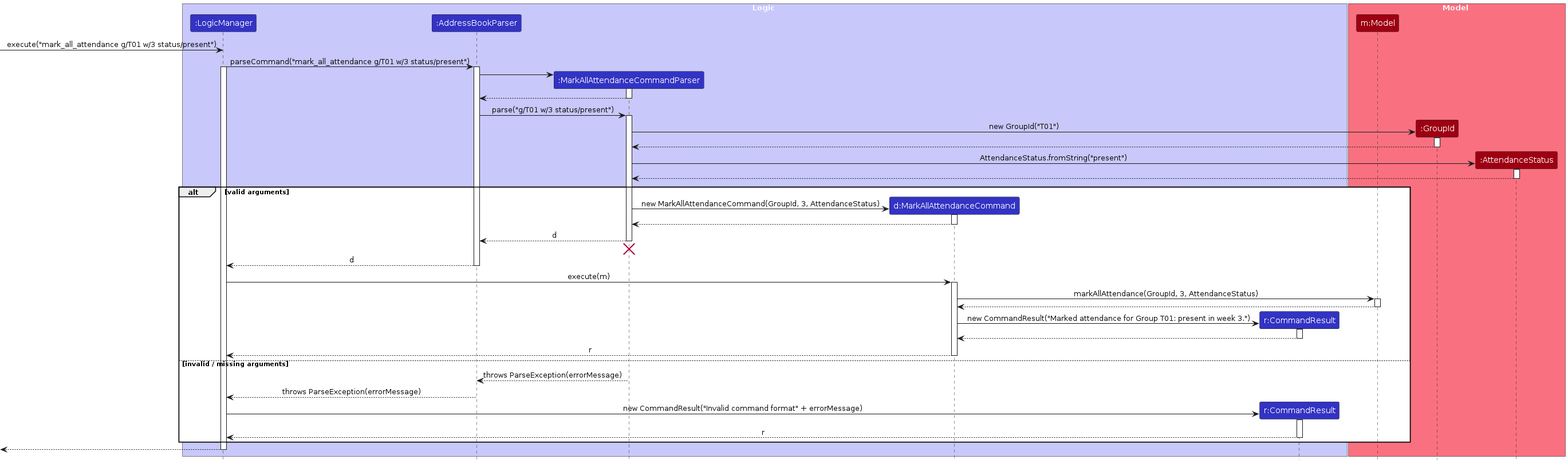
Earlier version of the PlantUML export diagrams/MarkAllAttendanceSequenceDiagram.png (AY2526S1-CS2103T-W11-1/tp). Its source is kept beside it as diagrams/MarkAllAttendanceSequenceDiagram.puml.
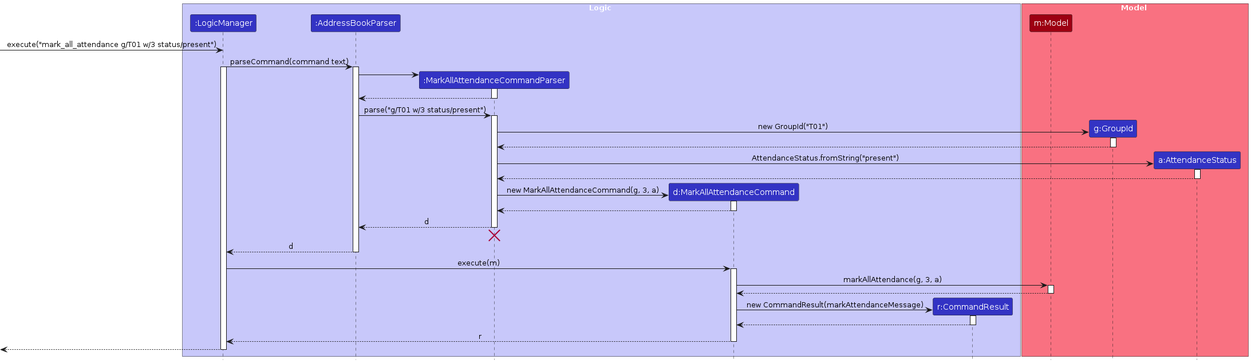
After the commit.

Diff of the diagram source:
```diff
@@ -8,6 +8,8 @@
 participant ":MarkAllAttendanceCommandParser" as MarkAllAttendanceCommandParser LOGIC_COLOR
 participant "d:MarkAllAttendanceCommand" as MarkAllAttendanceCommand LOGIC_COLOR
 participant "r:CommandResult" as CommandResult LOGIC_COLOR
+participant "g:GroupId" as GroupId LOGIC_COLOR
+participant "a:AttendanceStatus" as AttendanceStatus LOGIC_COLOR
 end box
 
 box Model MODEL_COLOR_T1
@@ -18,7 +20,7 @@
 
 [-> LogicManager : execute("mark_all_attendance g/T01 w/3 status/present")
 
-LogicManager -> AddressBookParser : parseCommand("mark_all_attendance g/T01 w/3 status/present")
+LogicManager -> AddressBookParser : parseCommand(command text)
 activate LogicManager
 activate AddressBookParser
 
@@ -44,9 +46,8 @@
 AttendanceStatus --> MarkAllAttendanceCommandParser
 deactivate AttendanceStatus
 
-alt valid arguments
     create MarkAllAttendanceCommand
-    MarkAllAttendanceCommandParser -> MarkAllAttendanceCommand : new MarkAllAttendanceCommand(GroupId, 3, AttendanceStatus)
+    MarkAllAttendanceCommandParser -> MarkAllAttendanceCommand : new MarkAllAttendanceCommand(g, 3, a)
     activate MarkAllAttendanceCommand
     MarkAllAttendanceCommand --> MarkAllAttendanceCommandParser
     deactivate MarkAllAttendanceCommand
@@ -62,34 +63,20 @@
     LogicManager -> MarkAllAttendanceCommand : execute(m)
     activate MarkAllAttendanceCommand
 
-    MarkAllAttendanceCommand -> Model : markAllAttendance(GroupId, 3, AttendanceStatus)
+    MarkAllAttendanceCommand -> Model : markAllAttendance(g, 3, a)
     activate Model
     Model --> MarkAllAttendanceCommand
     deactivate Model
 
     create CommandResult
-    MarkAllAttendanceCommand -> CommandResult : new CommandResult("Marked attendance for Group T01: present in week 3.")
+    MarkAllAttendanceCommand -> CommandResult : new CommandResult(markAttendanceMessage)
     activate CommandResult
     CommandResult --> MarkAllAttendanceCommand
     deactivate CommandResult
 
     MarkAllAttendanceCommand --> LogicManager : r
     deactivate MarkAllAttendanceCommand
-else invalid / missing arguments
-    MarkAllAttendanceCommandParser --> AddressBookParser : throws ParseException(errorMessage)
-    deactivate MarkAllAttendanceCommandParser
 
-    AddressBookParser --> LogicManager : throws ParseException(errorMessage)
-    deactivate AddressBookParser
-
-    create CommandResult
-    LogicManager -> CommandResult : new CommandResult("Invalid command format" + errorMessage)
-    activate CommandResult
-    CommandResult --> LogicManager : r
-    deactivate CommandResult
-
-
-end
 
 [<--LogicManager
 deactivate LogicManager
```
